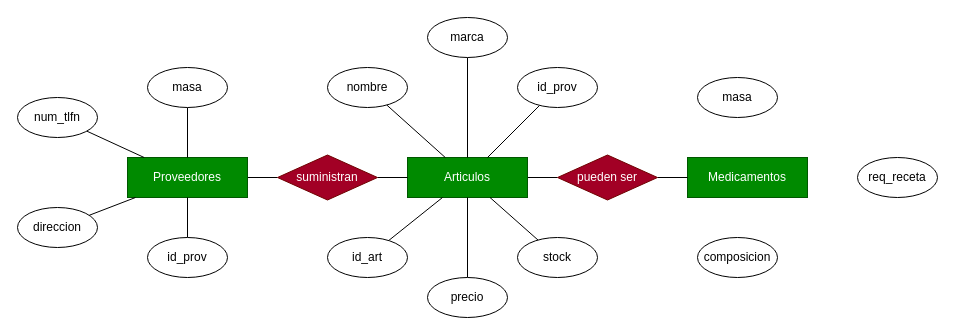
This is src/mer.drawio from alexaib2002/dam-proyecto_integrador_1, a draw.io file, before an edit. Source tidied: cells renumbered, new cells numbered last; positions are measured from the earlier drawing's top-left corner, leaving out a move shared by most shapes. Both pictures are drawn from the tidied source at 100%, with x=0, y=0 at pixel (17, 17).
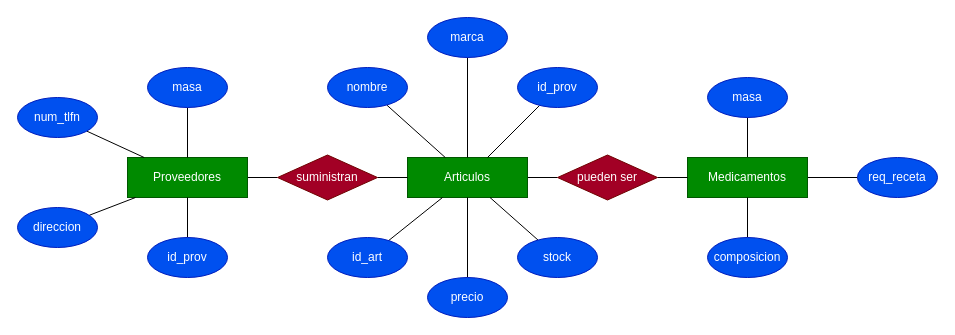
Above is the later version.

Unchanged cells that the change refers to:
```xml
<mxCell id="6" value="Medicamentos" style="rounded=0;whiteSpace=wrap;html=1;fillColor=#008a00;fontColor=#ffffff;strokeColor=#005700;" parent="1" vertex="1">
  <mxGeometry x="670" y="140" width="120" height="40" as="geometry" />
</mxCell>
```

Change to the diagram source:
```diff
@@
+    <mxCell id="34" style="rounded=0;jettySize=auto;html=1;endArrow=none;endFill=0;" parent="1" edge="1" source="6" target="31">
+      <mxGeometry relative="1" as="geometry" />
+    </mxCell>
+    <mxCell id="35" style="edgeStyle=none;rounded=0;jettySize=auto;html=1;endArrow=none;endFill=0;" parent="1" edge="1" source="6" target="32">
+      <mxGeometry relative="1" as="geometry" />
+    </mxCell>
@@
-    <mxCell id="12" value="masa" style="ellipse;whiteSpace=wrap;html=1;" parent="1" vertex="1">
+    <mxCell id="12" value="masa" style="ellipse;whiteSpace=wrap;html=1;fillColor=#0050ef;fontColor=#ffffff;strokeColor=#001DBC;" parent="1" vertex="1">
       <mxGeometry x="130" y="50" width="80" height="40" as="geometry" />
     </mxCell>
@@
-    <mxCell id="14" value="num_tlfn" style="ellipse;whiteSpace=wrap;html=1;" parent="1" vertex="1">
+    <mxCell id="14" value="num_tlfn" style="ellipse;whiteSpace=wrap;html=1;fillColor=#0050ef;fontColor=#ffffff;strokeColor=#001DBC;" parent="1" vertex="1">
       <mxGeometry y="80" width="80" height="40" as="geometry" />
     </mxCell>
@@
-    <mxCell id="16" value="direccion" style="ellipse;whiteSpace=wrap;html=1;" parent="1" vertex="1">
+    <mxCell id="16" value="direccion" style="ellipse;whiteSpace=wrap;html=1;fillColor=#0050ef;fontColor=#ffffff;strokeColor=#001DBC;" parent="1" vertex="1">
       <mxGeometry y="190" width="80" height="40" as="geometry" />
     </mxCell>
@@
-    <mxCell id="18" value="id_prov" style="ellipse;whiteSpace=wrap;html=1;" parent="1" vertex="1">
+    <mxCell id="18" value="id_prov" style="ellipse;whiteSpace=wrap;html=1;fillColor=#0050ef;fontColor=#ffffff;strokeColor=#001DBC;" parent="1" vertex="1">
       <mxGeometry x="130" y="220" width="80" height="40" as="geometry" />
     </mxCell>
@@
-    <mxCell id="20" value="nombre" style="ellipse;whiteSpace=wrap;html=1;" parent="1" vertex="1">
+    <mxCell id="20" value="nombre" style="ellipse;whiteSpace=wrap;html=1;fillColor=#0050ef;fontColor=#ffffff;strokeColor=#001DBC;" parent="1" vertex="1">
       <mxGeometry x="310" y="50" width="80" height="40" as="geometry" />
     </mxCell>
@@
-    <mxCell id="22" value="marca" style="ellipse;whiteSpace=wrap;html=1;" parent="1" vertex="1">
+    <mxCell id="22" value="marca" style="ellipse;whiteSpace=wrap;html=1;fillColor=#0050ef;fontColor=#ffffff;strokeColor=#001DBC;" parent="1" vertex="1">
       <mxGeometry x="410" width="80" height="40" as="geometry" />
     </mxCell>
@@
-    <mxCell id="24" value="precio" style="ellipse;whiteSpace=wrap;html=1;" parent="1" vertex="1">
+    <mxCell id="24" value="precio" style="ellipse;whiteSpace=wrap;html=1;fillColor=#0050ef;fontColor=#ffffff;strokeColor=#001DBC;" parent="1" vertex="1">
       <mxGeometry x="410" y="260" width="80" height="40" as="geometry" />
     </mxCell>
@@
-    <mxCell id="26" value="id_art" style="ellipse;whiteSpace=wrap;html=1;" parent="1" vertex="1">
+    <mxCell id="26" value="id_art" style="ellipse;whiteSpace=wrap;html=1;fillColor=#0050ef;fontColor=#ffffff;strokeColor=#001DBC;" parent="1" vertex="1">
       <mxGeometry x="310" y="220" width="80" height="40" as="geometry" />
     </mxCell>
@@
-    <mxCell id="28" value="id_prov" style="ellipse;whiteSpace=wrap;html=1;" parent="1" vertex="1">
+    <mxCell id="28" value="id_prov" style="ellipse;whiteSpace=wrap;html=1;fillColor=#0050ef;fontColor=#ffffff;strokeColor=#001DBC;" parent="1" vertex="1">
       <mxGeometry x="500" y="50" width="80" height="40" as="geometry" />
     </mxCell>
@@
-    <mxCell id="30" value="stock" style="ellipse;whiteSpace=wrap;html=1;" parent="1" vertex="1">
+    <mxCell id="30" value="stock" style="ellipse;whiteSpace=wrap;html=1;fillColor=#0050ef;fontColor=#ffffff;strokeColor=#001DBC;" parent="1" vertex="1">
       <mxGeometry x="500" y="220" width="80" height="40" as="geometry" />
     </mxCell>
-    <mxCell id="31" value="masa" style="ellipse;whiteSpace=wrap;html=1;" parent="1" vertex="1">
-      <mxGeometry x="680" y="60" width="80" height="40" as="geometry" />
+    <mxCell id="31" value="masa" style="ellipse;whiteSpace=wrap;html=1;fillColor=#0050ef;fontColor=#ffffff;strokeColor=#001DBC;" parent="1" vertex="1">
+      <mxGeometry x="690" y="60" width="80" height="40" as="geometry" />
     </mxCell>
-    <mxCell id="32" value="req_receta" style="ellipse;whiteSpace=wrap;html=1;" parent="1" vertex="1">
+    <mxCell id="32" value="req_receta" style="ellipse;whiteSpace=wrap;html=1;fillColor=#0050ef;fontColor=#ffffff;strokeColor=#001DBC;" parent="1" vertex="1">
       <mxGeometry x="840" y="140" width="80" height="40" as="geometry" />
     </mxCell>
+    <mxCell id="36" style="edgeStyle=none;rounded=0;jettySize=auto;html=1;endArrow=none;endFill=0;" parent="1" edge="1" source="33" target="6">
+      <mxGeometry relative="1" as="geometry" />
+    </mxCell>
-    <mxCell id="33" value="composicion" style="ellipse;whiteSpace=wrap;html=1;" parent="1" vertex="1">
-      <mxGeometry x="680" y="220" width="80" height="40" as="geometry" />
+    <mxCell id="33" value="composicion" style="ellipse;whiteSpace=wrap;html=1;fillColor=#0050ef;fontColor=#ffffff;strokeColor=#001DBC;" parent="1" vertex="1">
+      <mxGeometry x="690" y="220" width="80" height="40" as="geometry" />
     </mxCell>
```
